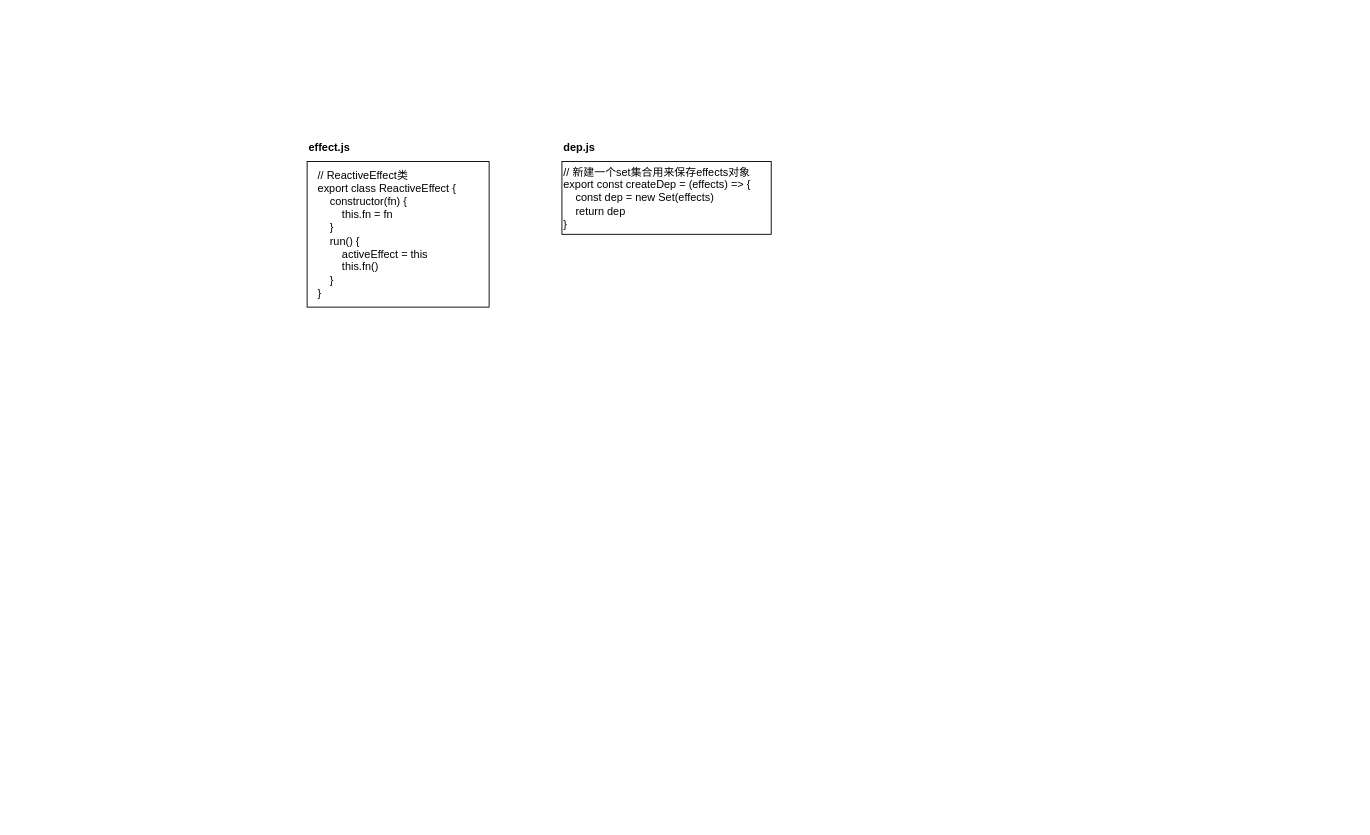
Earlier version of the draw.io diagram reactivity/Untitled Diagram.drawio (hu-ke/vue-sourcecode-analyze). Source tidied: cells renumbered, new cells numbered last; positions are measured from the earlier drawing's top-left corner, leaving out a move shared by most shapes. Both pictures are drawn from the tidied source at 91%, with x=0, y=0 at pixel (307, 134).
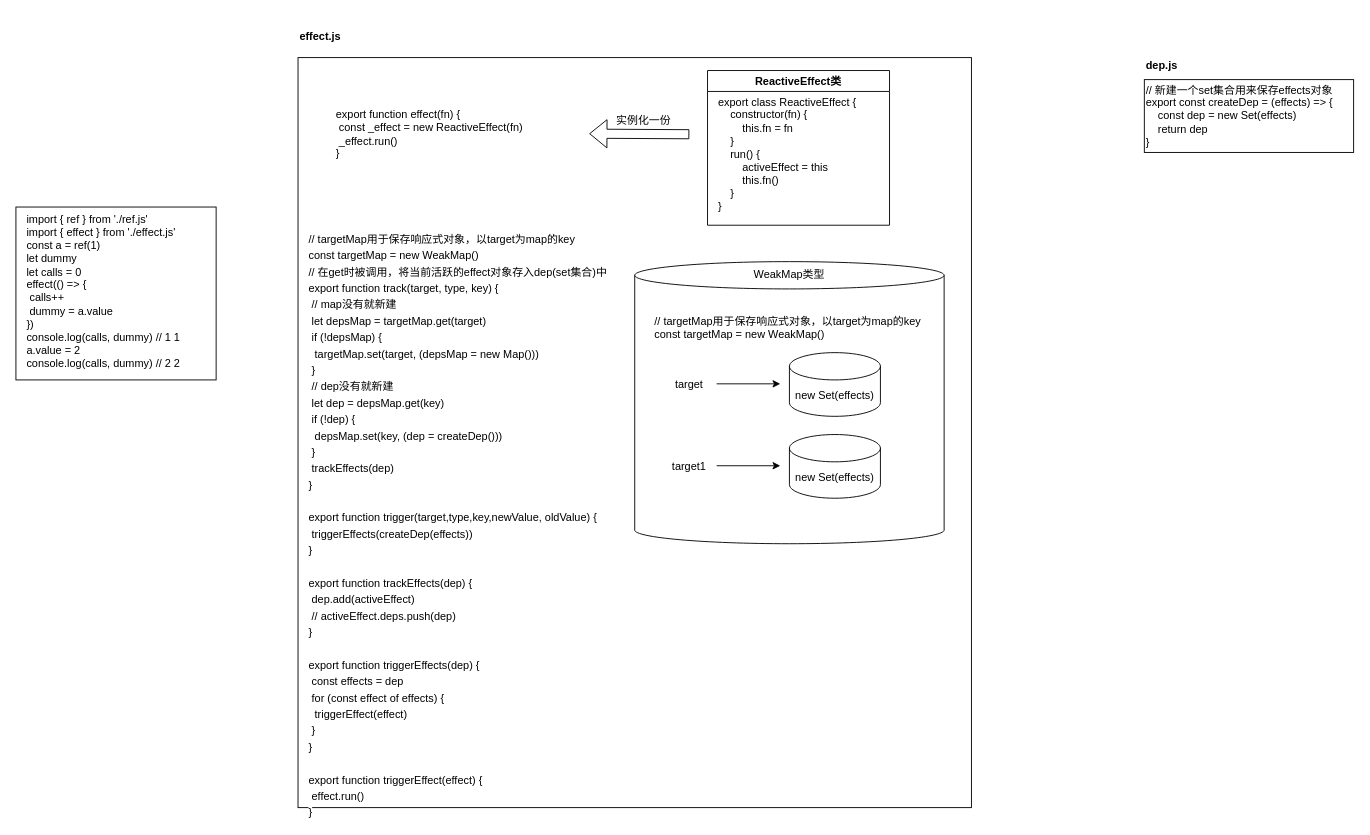
The same diagram, later.

Change to the diagram source:
```diff
@@
+    <mxCell id="5" style="rounded=0;whiteSpace=wrap;html=1;" parent="1" vertex="1">
+      <mxGeometry x="-10" y="-84.2" width="740" height="824.2" as="geometry" />
+    </mxCell>
+    <mxCell id="6" value="effect.js" style="text;strokeColor=none;align=left;fillColor=none;html=1;verticalAlign=middle;whiteSpace=wrap;rounded=0;fontStyle=1;" parent="1" vertex="1">
+      <mxGeometry x="-10" y="-130" width="87" height="45.8" as="geometry" />
+    </mxCell>
+    <mxCell id="8" style="group;" parent="1" vertex="1">
+      <mxGeometry x="920" y="-90" width="230" height="110" as="geometry" />
+    </mxCell>
-    <mxCell id="2" style="rounded=0;whiteSpace=wrap;html=1;" parent="1" vertex="1">
-      <mxGeometry x="280" y="30" width="230" height="80" as="geometry" />
+    <mxCell id="2" style="rounded=0;whiteSpace=wrap;html=1;" parent="8" vertex="1">
+      <mxGeometry y="30" width="230" height="80" as="geometry" />
     </mxCell>
+    <mxCell id="9" style="group;" parent="8" vertex="1">
+      <mxGeometry width="230" height="110" as="geometry" />
+    </mxCell>
+    <mxCell id="10" style="group;" parent="9" vertex="1">
+      <mxGeometry width="230" height="110" as="geometry" />
+    </mxCell>
-    <mxCell id="3" value="&lt;div data-lake_diagram_content_editor_data=&quot;true&quot;&gt;&lt;div&gt;// 新建一个set集合用来保存effects对象&lt;/div&gt;export const createDep = (effects) =&amp;gt; {&lt;div&gt;&amp;nbsp; &amp;nbsp; const dep = new Set(effects)&lt;/div&gt;&lt;div&gt;&amp;nbsp; &amp;nbsp; return dep&lt;/div&gt;&lt;div&gt;}&lt;/div&gt;&lt;/div&gt;" style="text;strokeColor=none;align=left;fillColor=none;html=1;verticalAlign=middle;whiteSpace=wrap;rounded=0;" parent="1" vertex="1">
-      <mxGeometry x="280" y="30" width="230" height="80" as="geometry" />
+    <mxCell id="3" value="&lt;div data-lake_diagram_content_editor_data=&quot;true&quot;&gt;&lt;div&gt;// 新建一个set集合用来保存effects对象&lt;/div&gt;export const createDep = (effects) =&amp;gt; {&lt;div&gt;&amp;nbsp; &amp;nbsp; const dep = new Set(effects)&lt;/div&gt;&lt;div&gt;&amp;nbsp; &amp;nbsp; return dep&lt;/div&gt;&lt;div&gt;}&lt;/div&gt;&lt;/div&gt;" style="text;strokeColor=none;align=left;fillColor=none;html=1;verticalAlign=middle;whiteSpace=wrap;rounded=0;" parent="10" vertex="1">
+      <mxGeometry y="30" width="230" height="80" as="geometry" />
     </mxCell>
-    <mxCell id="4" value="dep.js" style="text;strokeColor=none;align=left;fillColor=none;html=1;verticalAlign=middle;whiteSpace=wrap;rounded=0;fontStyle=1;" parent="1" vertex="1">
-      <mxGeometry x="280" width="60" height="30" as="geometry" />
+    <mxCell id="4" value="dep.js" style="text;strokeColor=none;align=left;fillColor=none;html=1;verticalAlign=middle;whiteSpace=wrap;rounded=0;fontStyle=1;" parent="10" vertex="1">
+      <mxGeometry width="60" height="30" as="geometry" />
     </mxCell>
-    <mxCell id="5" style="rounded=0;whiteSpace=wrap;html=1;" parent="1" vertex="1">
-      <mxGeometry y="30" width="200" height="160" as="geometry" />
-    </mxCell>
-    <mxCell id="6" value="effect.js" style="text;strokeColor=none;align=left;fillColor=none;html=1;verticalAlign=middle;whiteSpace=wrap;rounded=0;fontStyle=1;" parent="1" vertex="1">
-      <mxGeometry width="60" height="30" as="geometry" />
-    </mxCell>
+    <mxCell id="11" value="&lt;div style=&quot;line-height: 18px;&quot;&gt;&lt;span style=&quot;background-color: rgb(255, 255, 255);&quot;&gt;// targetMap用于保存响应式对象，以target为map的key&lt;br&gt;&lt;/span&gt;&lt;div style=&quot;&quot;&gt;&lt;span style=&quot;background-color: rgb(255, 255, 255);&quot;&gt;const targetMap = new WeakMap()&lt;/span&gt;&lt;/div&gt;&lt;div style=&quot;&quot;&gt;&lt;span style=&quot;background-color: rgb(255, 255, 255);&quot;&gt;// 在get时被调用，将当前活跃的effect对象存入dep(set集合)中&lt;/span&gt;&lt;/div&gt;&lt;div style=&quot;&quot;&gt;&lt;span style=&quot;background-color: rgb(255, 255, 255);&quot;&gt;export function track(target, type, key) {&lt;/span&gt;&lt;/div&gt;&lt;div style=&quot;&quot;&gt;&lt;span style=&quot;background-color: rgb(255, 255, 255);&quot;&gt;&lt;span style=&quot;white-space: pre;&quot;&gt; &lt;/span&gt;// map没有就新建&lt;br&gt;&lt;/span&gt;&lt;/div&gt;&lt;div style=&quot;&quot;&gt;    &lt;span style=&quot;background-color: rgb(255, 255, 255);&quot;&gt;&lt;span style=&quot;white-space: pre;&quot;&gt; &lt;/span&gt;let depsMap = targetMap.get(target)&lt;/span&gt;&lt;/div&gt;&lt;div style=&quot;&quot;&gt;    &lt;span style=&quot;background-color: rgb(255, 255, 255);&quot;&gt;&lt;span style=&quot;white-space: pre;&quot;&gt; &lt;/span&gt;if (!depsMap) {&lt;/span&gt;&lt;/div&gt;&lt;div style=&quot;&quot;&gt;        &lt;span style=&quot;background-color: rgb(255, 255, 255);&quot;&gt;&lt;span style=&quot;white-space: pre;&quot;&gt; &lt;/span&gt;&lt;span style=&quot;white-space: pre;&quot;&gt; &lt;/span&gt;targetMap.set(target, (depsMap = new Map()))&lt;/span&gt;&lt;/div&gt;&lt;div style=&quot;&quot;&gt;&lt;span style=&quot;background-color: rgb(255, 255, 255);&quot;&gt;    &lt;span style=&quot;white-space: pre;&quot;&gt; &lt;/span&gt;}&lt;/span&gt;&lt;/div&gt;&lt;div style=&quot;&quot;&gt;&lt;span style=&quot;background-color: rgb(255, 255, 255);&quot;&gt;&lt;span style=&quot;white-space: pre;&quot;&gt; &lt;/span&gt;// dep没有就新建&lt;/span&gt;&lt;/div&gt;&lt;div style=&quot;&quot;&gt;    &lt;span style=&quot;background-color: rgb(255, 255, 255);&quot;&gt;&lt;span style=&quot;white-space: pre;&quot;&gt; &lt;/span&gt;let dep = depsMap.get(key)&lt;/span&gt;&lt;/div&gt;&lt;div style=&quot;&quot;&gt;    &lt;span style=&quot;background-color: rgb(255, 255, 255);&quot;&gt;&lt;span style=&quot;white-space: pre;&quot;&gt; &lt;/span&gt;if (!dep) {&lt;/span&gt;&lt;/div&gt;&lt;div style=&quot;&quot;&gt;        &lt;span style=&quot;background-color: rgb(255, 255, 255);&quot;&gt;&lt;span style=&quot;white-space: pre;&quot;&gt; &lt;/span&gt;&lt;span style=&quot;white-space: pre;&quot;&gt; &lt;/span&gt;depsMap.set(key, (dep = createDep()))&lt;/span&gt;&lt;/div&gt;&lt;div style=&quot;&quot;&gt;&lt;span style=&quot;background-color: rgb(255, 255, 255);&quot;&gt;    &lt;span style=&quot;white-space: pre;&quot;&gt; &lt;/span&gt;}&lt;/span&gt;&lt;/div&gt;&lt;div style=&quot;&quot;&gt;    &lt;span style=&quot;background-color: rgb(255, 255, 255);&quot;&gt;&lt;span style=&quot;white-space: pre;&quot;&gt; &lt;/span&gt;trackEffects(dep)&lt;/span&gt;&lt;/div&gt;&lt;div style=&quot;&quot;&gt;&lt;span style=&quot;background-color: rgb(255, 255, 255);&quot;&gt;}&lt;/span&gt;&lt;/div&gt;&lt;span style=&quot;background-color: rgb(255, 255, 255);&quot;&gt;&lt;br&gt;&lt;/span&gt;&lt;div style=&quot;&quot;&gt;&lt;span style=&quot;background-color: rgb(255, 255, 255);&quot;&gt;export function trigger(target,type,key,newValue, oldValue) {&lt;/span&gt;&lt;/div&gt;&lt;div style=&quot;&quot;&gt;    &lt;span style=&quot;background-color: rgb(255, 255, 255);&quot;&gt;&lt;span style=&quot;white-space: pre;&quot;&gt; &lt;/span&gt;triggerEffects(createDep(effects))&lt;/span&gt;&lt;/div&gt;&lt;div style=&quot;&quot;&gt;&lt;span style=&quot;background-color: rgb(255, 255, 255);&quot;&gt;}&lt;/span&gt;&lt;/div&gt;&lt;span style=&quot;background-color: rgb(255, 255, 255);&quot;&gt;&lt;br&gt;&lt;/span&gt;&lt;div style=&quot;&quot;&gt;&lt;span style=&quot;background-color: rgb(255, 255, 255);&quot;&gt;export function trackEffects(dep) {&lt;/span&gt;&lt;/div&gt;&lt;div style=&quot;&quot;&gt;    &lt;span style=&quot;background-color: rgb(255, 255, 255);&quot;&gt;&lt;span style=&quot;white-space: pre;&quot;&gt; &lt;/span&gt;dep.add(activeEffect)&lt;/span&gt;&lt;/div&gt;&lt;div style=&quot;&quot;&gt;    &lt;span style=&quot;background-color: rgb(255, 255, 255);&quot;&gt;&lt;span style=&quot;white-space: pre;&quot;&gt; &lt;/span&gt;// activeEffect.deps.push(dep)&lt;/span&gt;&lt;/div&gt;&lt;div style=&quot;&quot;&gt;&lt;span style=&quot;background-color: rgb(255, 255, 255);&quot;&gt;}&lt;/span&gt;&lt;/div&gt;&lt;span style=&quot;background-color: rgb(255, 255, 255);&quot;&gt;&lt;br&gt;&lt;/span&gt;&lt;div style=&quot;&quot;&gt;&lt;span style=&quot;background-color: rgb(255, 255, 255);&quot;&gt;export function triggerEffects(dep) {&lt;/span&gt;&lt;/div&gt;&lt;div style=&quot;&quot;&gt;    &lt;span style=&quot;background-color: rgb(255, 255, 255);&quot;&gt;&lt;span style=&quot;white-space: pre;&quot;&gt; &lt;/span&gt;const effects = dep&lt;/span&gt;&lt;/div&gt;&lt;div style=&quot;&quot;&gt;    &lt;span style=&quot;background-color: rgb(255, 255, 255);&quot;&gt;&lt;span style=&quot;white-space: pre;&quot;&gt; &lt;/span&gt;for (const effect of effects) {&lt;/span&gt;&lt;/div&gt;&lt;div style=&quot;&quot;&gt;        &lt;span style=&quot;background-color: rgb(255, 255, 255);&quot;&gt;&lt;span style=&quot;white-space: pre;&quot;&gt; &lt;/span&gt;&lt;span style=&quot;white-space: pre;&quot;&gt; &lt;/span&gt;triggerEffect(effect)&lt;/span&gt;&lt;/div&gt;&lt;div style=&quot;&quot;&gt;&lt;span style=&quot;background-color: rgb(255, 255, 255);&quot;&gt;    &lt;span style=&quot;white-space: pre;&quot;&gt; &lt;/span&gt;}&lt;/span&gt;&lt;/div&gt;&lt;div style=&quot;&quot;&gt;&lt;span style=&quot;background-color: rgb(255, 255, 255);&quot;&gt;}&lt;/span&gt;&lt;/div&gt;&lt;span style=&quot;background-color: rgb(255, 255, 255);&quot;&gt;&lt;br&gt;&lt;/span&gt;&lt;div style=&quot;&quot;&gt;&lt;span style=&quot;background-color: rgb(255, 255, 255);&quot;&gt;export function triggerEffect(effect) {&lt;/span&gt;&lt;/div&gt;&lt;div style=&quot;&quot;&gt;    &lt;span style=&quot;background-color: rgb(255, 255, 255);&quot;&gt;&lt;span style=&quot;white-space: pre;&quot;&gt; &lt;/span&gt;effect.run()&lt;/span&gt;&lt;/div&gt;&lt;div style=&quot;&quot;&gt;&lt;span style=&quot;background-color: rgb(255, 255, 255);&quot;&gt;}&lt;/span&gt;&lt;/div&gt;&lt;/div&gt;" style="text;strokeColor=none;align=left;fillColor=none;html=1;verticalAlign=middle;whiteSpace=wrap;rounded=0;" parent="1" vertex="1">
+      <mxGeometry y="130" width="330" height="600" as="geometry" />
+    </mxCell>
+    <mxCell id="12" style="rounded=0;whiteSpace=wrap;html=1;labelBackgroundColor=#FFFFFF;fontFamily=Helvetica;fontColor=#000000;" parent="1" vertex="1">
+      <mxGeometry x="-320" y="80" width="220" height="190" as="geometry" />
+    </mxCell>
+    <mxCell id="13" value="import { ref } from './ref.js'&amp;nbsp;&lt;br&gt;import { effect } from './effect.js'&lt;br&gt;const a = ref(1)&lt;br&gt;let dummy&lt;br&gt;let calls = 0&lt;br&gt;effect(() =&amp;gt; {&lt;br&gt;&lt;span style=&quot;white-space: pre;&quot;&gt; &lt;/span&gt;calls++&lt;br&gt;&lt;span style=&quot;white-space: pre;&quot;&gt; &lt;/span&gt;dummy = a.value&lt;br&gt;})&lt;br&gt;console.log(calls, dummy) // 1 1&lt;br&gt;a.value = 2&lt;br&gt;console.log(calls, dummy) // 2 2" style="text;html=1;strokeColor=none;fillColor=none;align=left;verticalAlign=top;whiteSpace=wrap;rounded=0;fontFamily=Helvetica;fontColor=#000000;horizontal=1;" parent="1" vertex="1">
+      <mxGeometry x="-310" y="80" width="200" height="200" as="geometry" />
+    </mxCell>
+    <mxCell id="14" value="ReactiveEffect类" style="swimlane;whiteSpace=wrap;html=1;labelBackgroundColor=#FFFFFF;fontFamily=Helvetica;fontColor=#000000;" parent="1" vertex="1">
+      <mxGeometry x="440" y="-70" width="200" height="170" as="geometry" />
+    </mxCell>
-    <mxCell id="7" value="&lt;div data-lake_diagram_content_editor_data=&quot;true&quot;&gt;&lt;div data-lake_diagram_content_editor_data=&quot;true&quot;&gt;// ReactiveEffect类&lt;/div&gt;&lt;/div&gt;&lt;div data-lake_diagram_content_editor_data=&quot;true&quot;&gt;export class ReactiveEffect {&lt;div&gt;&amp;nbsp; &amp;nbsp; constructor(fn) {&lt;/div&gt;&lt;div&gt;&amp;nbsp; &amp;nbsp; &amp;nbsp; &amp;nbsp; this.fn = fn&lt;/div&gt;&lt;div&gt;&amp;nbsp; &amp;nbsp; }&lt;/div&gt;&lt;div&gt;&amp;nbsp; &amp;nbsp; run() {&lt;/div&gt;&lt;div&gt;&amp;nbsp; &amp;nbsp; &amp;nbsp; &amp;nbsp; activeEffect = this&lt;/div&gt;&lt;div&gt;&amp;nbsp; &amp;nbsp; &amp;nbsp; &amp;nbsp; this.fn()&lt;/div&gt;&lt;div&gt;&amp;nbsp; &amp;nbsp; }&lt;/div&gt;&lt;div&gt;}&lt;/div&gt;&lt;/div&gt;" style="text;strokeColor=none;align=left;fillColor=none;html=1;verticalAlign=middle;whiteSpace=wrap;rounded=0;" parent="1" vertex="1">
-      <mxGeometry x="10" y="40" width="230" height="140" as="geometry" />
+    <mxCell id="7" value="&lt;div data-lake_diagram_content_editor_data=&quot;true&quot;&gt;&lt;div data-lake_diagram_content_editor_data=&quot;true&quot;&gt;&lt;span style=&quot;background-color: initial;&quot;&gt;export class ReactiveEffect {&lt;/span&gt;&lt;/div&gt;&lt;/div&gt;&lt;div data-lake_diagram_content_editor_data=&quot;true&quot;&gt;&lt;div&gt;&amp;nbsp; &amp;nbsp; constructor(fn) {&lt;/div&gt;&lt;div&gt;&amp;nbsp; &amp;nbsp; &amp;nbsp; &amp;nbsp; this.fn = fn&lt;/div&gt;&lt;div&gt;&amp;nbsp; &amp;nbsp; }&lt;/div&gt;&lt;div&gt;&amp;nbsp; &amp;nbsp; run() {&lt;/div&gt;&lt;div&gt;&amp;nbsp; &amp;nbsp; &amp;nbsp; &amp;nbsp; activeEffect = this&lt;/div&gt;&lt;div&gt;&amp;nbsp; &amp;nbsp; &amp;nbsp; &amp;nbsp; this.fn()&lt;/div&gt;&lt;div&gt;&amp;nbsp; &amp;nbsp; }&lt;/div&gt;&lt;div&gt;}&lt;/div&gt;&lt;/div&gt;" style="text;strokeColor=none;align=left;fillColor=none;html=1;verticalAlign=top;whiteSpace=wrap;rounded=0;" parent="14" vertex="1">
+      <mxGeometry x="10" y="21.1" width="180" height="148.9" as="geometry" />
     </mxCell>
+    <mxCell id="15" style="group;" parent="1" vertex="1">
+      <mxGeometry x="360" y="140" width="340" height="310" as="geometry" />
+    </mxCell>
+    <mxCell id="16" style="shape=cylinder3;whiteSpace=wrap;html=1;boundedLbl=1;backgroundOutline=1;size=15;labelBackgroundColor=#FFFFFF;fontFamily=Helvetica;fontColor=#000000;" parent="15" vertex="1">
+      <mxGeometry width="340" height="310" as="geometry" />
+    </mxCell>
+    <mxCell id="17" style="group;" parent="15" vertex="1">
+      <mxGeometry x="20" width="320" height="260" as="geometry" />
+    </mxCell>
+    <mxCell id="18" value="// targetMap用于保存响应式对象，以target为map的key&lt;br style=&quot;border-color: var(--border-color);&quot;&gt;&lt;div style=&quot;border-color: var(--border-color);&quot;&gt;&lt;span style=&quot;border-color: var(--border-color);&quot;&gt;const targetMap = new WeakMap()&lt;/span&gt;&lt;/div&gt;&lt;div style=&quot;&quot;&gt;&lt;span style=&quot;border-color: var(--border-color);&quot;&gt;&lt;br&gt;&lt;/span&gt;&lt;/div&gt;" style="text;strokeColor=none;align=left;fillColor=none;html=1;verticalAlign=middle;whiteSpace=wrap;rounded=0;fontFamily=Helvetica;fontColor=#000000;" parent="17" vertex="1">
+      <mxGeometry y="20" width="320" height="120" as="geometry" />
+    </mxCell>
+    <mxCell id="19" style="group;" parent="17" vertex="1">
+      <mxGeometry x="10" y="100" width="240" height="70" as="geometry" />
+    </mxCell>
+    <mxCell id="20" value="target" style="text;html=1;strokeColor=none;fillColor=none;align=center;verticalAlign=middle;whiteSpace=wrap;rounded=0;fontFamily=Helvetica;fontColor=#000000;" parent="19" vertex="1">
+      <mxGeometry y="20" width="60" height="30" as="geometry" />
+    </mxCell>
+    <mxCell id="21" value="new Set(effects)" style="shape=cylinder3;whiteSpace=wrap;html=1;boundedLbl=1;backgroundOutline=1;size=15;labelBackgroundColor=#FFFFFF;fontFamily=Helvetica;fontColor=#000000;" parent="19" vertex="1">
+      <mxGeometry x="140" width="100" height="70" as="geometry" />
+    </mxCell>
+    <mxCell id="22" style="endArrow=classic;html=1;rounded=0;fontFamily=Helvetica;fontColor=#000000;" parent="19" edge="1">
+      <mxGeometry relative="1" as="geometry">
+        <mxPoint x="60" y="34.3" as="sourcePoint" />
+        <mxPoint x="130" y="34.3" as="targetPoint" />
+      </mxGeometry>
+    </mxCell>
+    <mxCell id="23" style="group;" parent="17" vertex="1">
+      <mxGeometry x="10" y="190" width="240" height="70" as="geometry" />
+    </mxCell>
+    <mxCell id="24" value="target1" style="text;html=1;strokeColor=none;fillColor=none;align=center;verticalAlign=middle;whiteSpace=wrap;rounded=0;fontFamily=Helvetica;fontColor=#000000;" parent="23" vertex="1">
+      <mxGeometry y="20" width="60" height="30" as="geometry" />
+    </mxCell>
+    <mxCell id="25" value="new Set(effects)" style="shape=cylinder3;whiteSpace=wrap;html=1;boundedLbl=1;backgroundOutline=1;size=15;labelBackgroundColor=#FFFFFF;fontFamily=Helvetica;fontColor=#000000;" parent="23" vertex="1">
+      <mxGeometry x="140" width="100" height="70" as="geometry" />
+    </mxCell>
+    <mxCell id="26" style="endArrow=classic;html=1;rounded=0;fontFamily=Helvetica;fontColor=#000000;" parent="23" edge="1">
+      <mxGeometry relative="1" as="geometry">
+        <mxPoint x="60" y="34.3" as="sourcePoint" />
+        <mxPoint x="130" y="34.3" as="targetPoint" />
+      </mxGeometry>
+    </mxCell>
+    <mxCell id="27" value="WeakMap类型" style="text;html=1;strokeColor=none;fillColor=none;align=center;verticalAlign=middle;whiteSpace=wrap;rounded=0;fontFamily=Helvetica;fontColor=#000000;" parent="17" vertex="1">
+      <mxGeometry x="105" width="90" height="30" as="geometry" />
+    </mxCell>
+    <mxCell id="28" value="export function effect(fn) {&lt;br&gt;&lt;span style=&quot;white-space: pre;&quot;&gt; &lt;/span&gt;const _effect = new ReactiveEffect(fn)&lt;br&gt;&lt;span style=&quot;white-space: pre;&quot;&gt; &lt;/span&gt;_effect.run()&lt;br&gt;}" style="text;html=1;strokeColor=none;fillColor=none;align=left;verticalAlign=middle;whiteSpace=wrap;rounded=0;fontFamily=Helvetica;fontColor=#000000;" parent="1" vertex="1">
+      <mxGeometry x="30" y="-30" width="303" height="60" as="geometry" />
+    </mxCell>
+    <mxCell id="29" style="shape=flexArrow;endArrow=classic;html=1;rounded=0;fontFamily=Helvetica;fontColor=#000000;exitX=1;exitY=1;exitDx=0;exitDy=0;" parent="1" edge="1" source="30">
+      <mxGeometry relative="1" as="geometry">
+        <mxPoint x="310" y="-0.6" as="targetPoint" />
+      </mxGeometry>
+    </mxCell>
+    <mxCell id="30" value="实例化一份" style="text;html=1;strokeColor=none;fillColor=none;align=center;verticalAlign=middle;whiteSpace=wrap;rounded=0;fontFamily=Helvetica;fontColor=#000000;" parent="1" vertex="1">
+      <mxGeometry x="320" y="-30" width="100" height="30" as="geometry" />
+    </mxCell>
```
